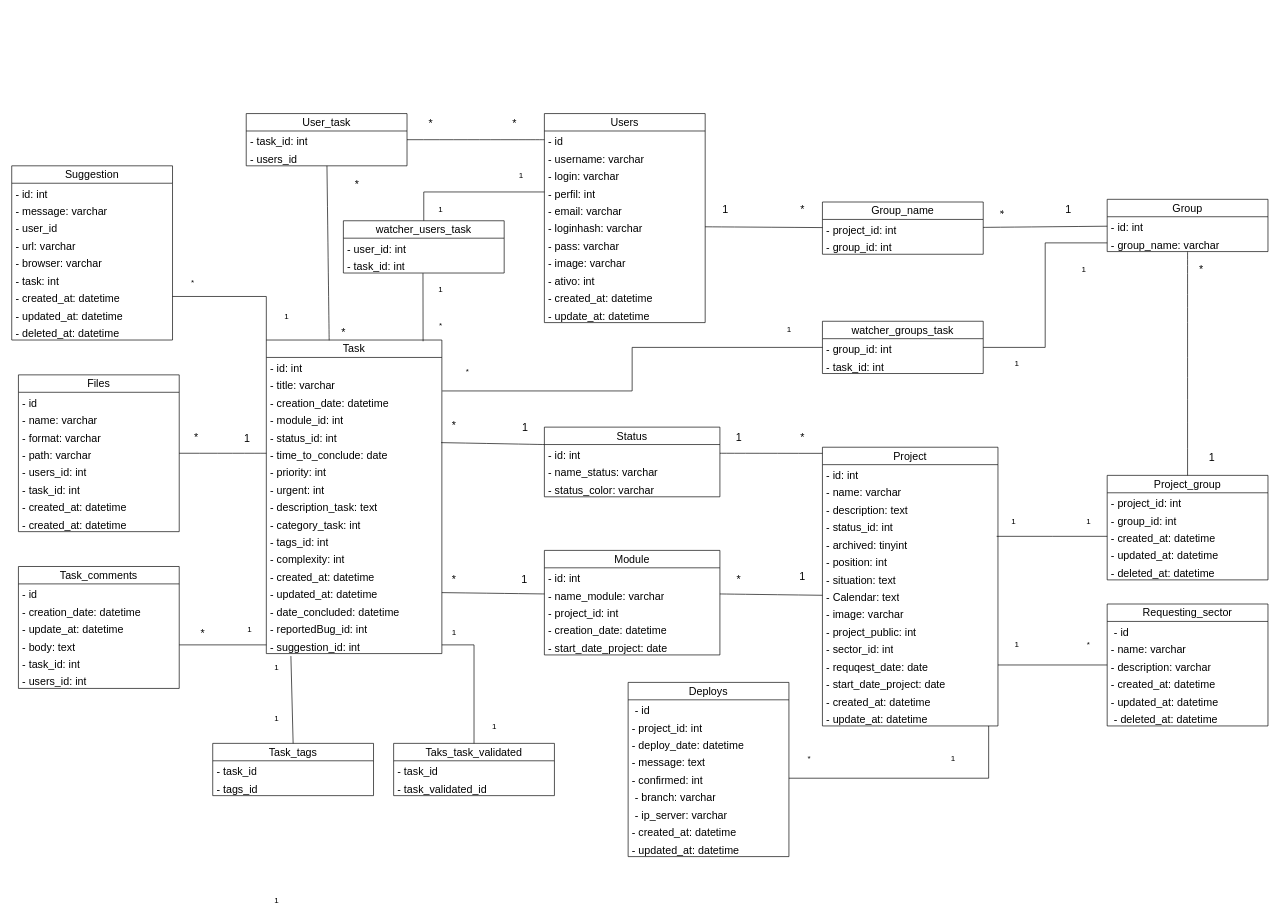
Earlier version of the draw.io diagram page "Página-2" (2 of 2) of Diagrama sem nome.drawio (FlavioCandidoSilva/2020_1_POO). Source tidied: cells renumbered, new cells numbered last; positions are measured from the earlier drawing's top-left corner, leaving out a move shared by most shapes. Both pictures are drawn from the tidied source at 67%, with x=0, y=0 at pixel (11, 113).
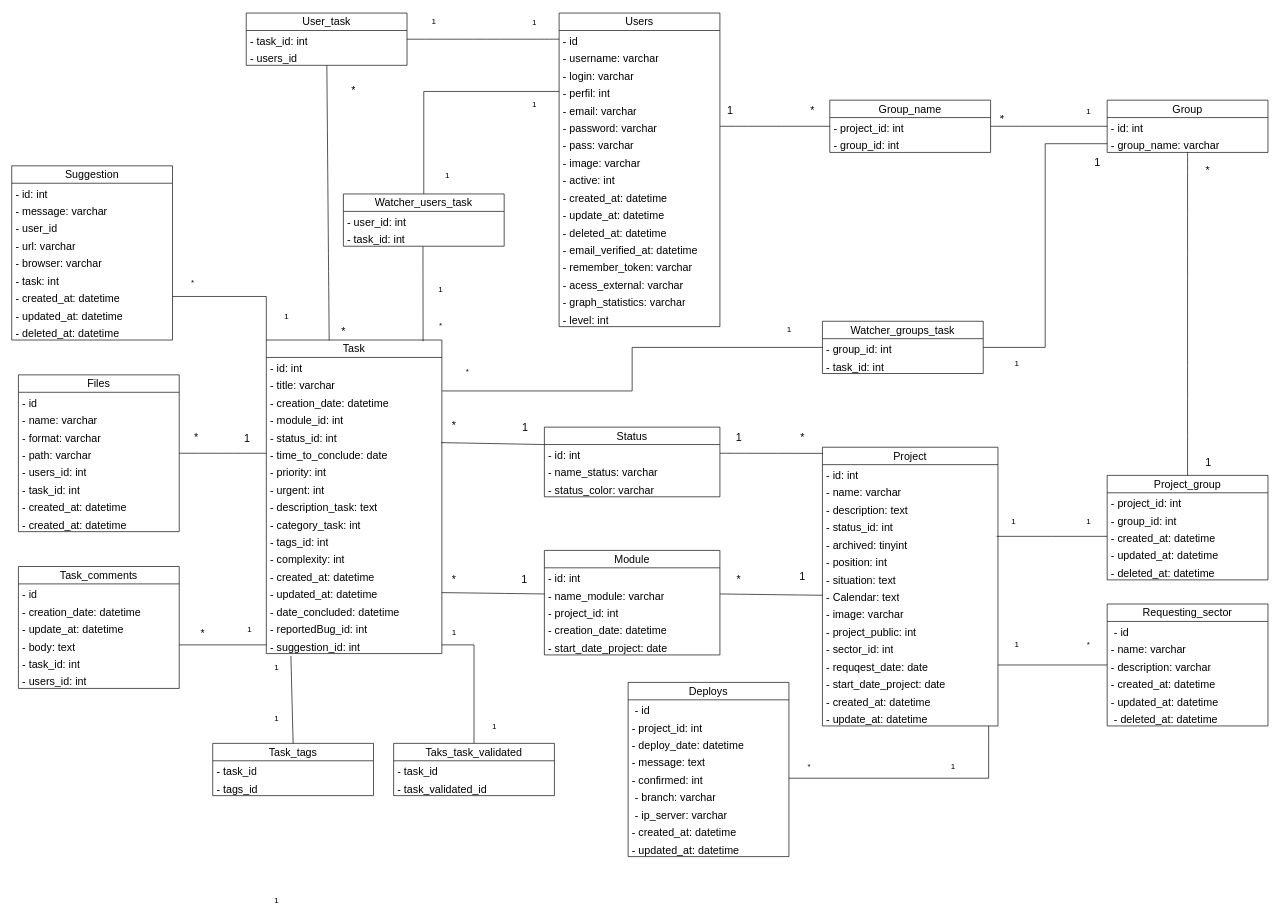
After the change.

Unchanged cells that the change refers to:
```xml
<mxCell id="99" style="edgeStyle=none;curved=1;rounded=0;jettySize=auto;html=1;fontSize=12;startSize=8;endSize=8;endArrow=none;endFill=0;" parent="1" edge="1" source="83" target="93">
  <mxGeometry relative="1" as="geometry" />
</mxCell>
```

The edit, as a diff of the source:
```diff
@@
     <mxCell id="50" value="Users" style="swimlane;fontStyle=0;horizontal=1;startSize=26;fillColor=none;whiteSpace=wrap;html=1;fontSize=16;" parent="1" vertex="1">
-      <mxGeometry x="795" width="240" height="312" as="geometry" />
+      <mxGeometry x="817" y="-150" width="240" height="468" as="geometry" />
     </mxCell>
@@
-    <mxCell id="56" value="- loginhash: varchar" style="text;strokeColor=none;fillColor=none;align=left;verticalAlign=top;spacingLeft=4;spacingRight=4;overflow=hidden;points=[[0,0.5],[1,0.5]];portConstraint=eastwest;whiteSpace=wrap;html=1;fontSize=16;" parent="50" vertex="1">
+    <mxCell id="56" value="- password: varchar" style="text;strokeColor=none;fillColor=none;align=left;verticalAlign=top;spacingLeft=4;spacingRight=4;overflow=hidden;points=[[0,0.5],[1,0.5]];portConstraint=eastwest;whiteSpace=wrap;html=1;fontSize=16;" parent="50" vertex="1">
       <mxGeometry y="156" width="240" height="26" as="geometry" />
     </mxCell>
@@
-    <mxCell id="59" value="- ativo: int&amp;nbsp;" style="text;strokeColor=none;fillColor=none;align=left;verticalAlign=top;spacingLeft=4;spacingRight=4;overflow=hidden;whiteSpace=wrap;html=1;fontSize=16;" parent="50" vertex="1">
+    <mxCell id="59" value="- active: int&amp;nbsp;" style="text;strokeColor=none;fillColor=none;align=left;verticalAlign=top;spacingLeft=4;spacingRight=4;overflow=hidden;whiteSpace=wrap;html=1;fontSize=16;" parent="50" vertex="1">
       <mxGeometry y="234" width="240" height="26" as="geometry" />
     </mxCell>
@@
+    <mxCell id="192" value="- deleted_at: datetime" style="text;strokeColor=none;fillColor=none;align=left;verticalAlign=top;spacingLeft=4;spacingRight=4;overflow=hidden;whiteSpace=wrap;html=1;fontSize=16;" parent="50" vertex="1">
+      <mxGeometry y="312" width="240" height="26" as="geometry" />
+    </mxCell>
+    <mxCell id="193" value="- email_verified_at: datetime" style="text;strokeColor=none;fillColor=none;align=left;verticalAlign=top;spacingLeft=4;spacingRight=4;overflow=hidden;whiteSpace=wrap;html=1;fontSize=16;" parent="50" vertex="1">
+      <mxGeometry y="338" width="240" height="26" as="geometry" />
+    </mxCell>
+    <mxCell id="194" value="- remember_token: varchar" style="text;strokeColor=none;fillColor=none;align=left;verticalAlign=top;spacingLeft=4;spacingRight=4;overflow=hidden;whiteSpace=wrap;html=1;fontSize=16;" parent="50" vertex="1">
+      <mxGeometry y="364" width="240" height="26" as="geometry" />
+    </mxCell>
+    <mxCell id="195" value="- acess_external: varchar" style="text;strokeColor=none;fillColor=none;align=left;verticalAlign=top;spacingLeft=4;spacingRight=4;overflow=hidden;whiteSpace=wrap;html=1;fontSize=16;" parent="50" vertex="1">
+      <mxGeometry y="390" width="240" height="26" as="geometry" />
+    </mxCell>
+    <mxCell id="196" value="- graph_statistics: varchar" style="text;strokeColor=none;fillColor=none;align=left;verticalAlign=top;spacingLeft=4;spacingRight=4;overflow=hidden;whiteSpace=wrap;html=1;fontSize=16;" parent="50" vertex="1">
+      <mxGeometry y="416" width="240" height="26" as="geometry" />
+    </mxCell>
+    <mxCell id="197" value="- level: int" style="text;strokeColor=none;fillColor=none;align=left;verticalAlign=top;spacingLeft=4;spacingRight=4;overflow=hidden;whiteSpace=wrap;html=1;fontSize=16;" parent="50" vertex="1">
+      <mxGeometry y="442" width="240" height="26" as="geometry" />
+    </mxCell>
@@
     <mxCell id="69" value="User_task" style="swimlane;fontStyle=0;horizontal=1;startSize=26;fillColor=none;whiteSpace=wrap;html=1;fontSize=16;" parent="1" vertex="1">
-      <mxGeometry x="350" width="240" height="78" as="geometry" />
+      <mxGeometry x="350" y="-150" width="240" height="78" as="geometry" />
     </mxCell>
@@
     <mxCell id="81" value="Group" style="swimlane;fontStyle=0;horizontal=1;startSize=26;fillColor=none;whiteSpace=wrap;html=1;fontSize=16;" parent="1" vertex="1">
-      <mxGeometry x="1635" y="128" width="240" height="78" as="geometry" />
+      <mxGeometry x="1635" y="-20" width="240" height="78" as="geometry" />
     </mxCell>
@@
     <mxCell id="84" value="Group_name" style="swimlane;fontStyle=0;horizontal=1;startSize=26;fillColor=none;whiteSpace=wrap;html=1;fontSize=16;" parent="1" vertex="1">
-      <mxGeometry x="1210" y="132" width="240" height="78" as="geometry" />
+      <mxGeometry x="1221" y="-20" width="240" height="78" as="geometry" />
     </mxCell>
@@
     <mxCell id="89" value="1" style="text;html=1;align=center;verticalAlign=middle;strokeColor=none;fillColor=none;fontSize=16;" parent="1" vertex="1">
-      <mxGeometry x="1050" y="128" width="30" height="30" as="geometry" />
+      <mxGeometry x="1057" y="-20" width="30" height="30" as="geometry" />
     </mxCell>
     <mxCell id="90" value="*" style="text;html=1;align=center;verticalAlign=middle;strokeColor=none;fillColor=none;fontSize=16;" parent="1" vertex="1">
-      <mxGeometry x="1165" y="128" width="30" height="30" as="geometry" />
+      <mxGeometry x="1180" y="-20" width="30" height="30" as="geometry" />
     </mxCell>
     <mxCell id="91" value="1" style="text;html=1;align=center;verticalAlign=middle;strokeColor=none;fillColor=none;fontSize=16;" parent="1" vertex="1">
-      <mxGeometry x="1562" y="128" width="30" height="30" as="geometry" />
+      <mxGeometry x="1605" y="58" width="30" height="30" as="geometry" />
     </mxCell>
     <mxCell id="92" value="*" style="text;html=1;align=center;verticalAlign=middle;strokeColor=none;fillColor=none;fontSize=16;rotation=90;" parent="1" vertex="1">
-      <mxGeometry x="1460" y="132" width="30" height="30" as="geometry" />
+      <mxGeometry x="1461" y="-10" width="30" height="30" as="geometry" />
     </mxCell>
@@
     <mxCell id="100" value="1" style="edgeLabel;html=1;align=center;verticalAlign=middle;fontSize=16;" parent="99" vertex="1">
       <mxGeometry x="-0.23" y="2" relative="1" as="geometry">
-        <mxPoint x="33" y="177" as="offset" />
+        <mxPoint x="28" y="276" as="offset" />
       </mxGeometry>
     </mxCell>
     <mxCell id="101" value="*" style="text;html=1;align=center;verticalAlign=middle;strokeColor=none;fillColor=none;fontSize=16;" parent="1" vertex="1">
-      <mxGeometry x="1760" y="218" width="30" height="30" as="geometry" />
+      <mxGeometry x="1770" y="69" width="30" height="30" as="geometry" />
     </mxCell>
@@
-    <mxCell id="113" value="*" style="text;html=1;align=center;verticalAlign=middle;strokeColor=none;fillColor=none;fontSize=16;" parent="1" vertex="1">
-      <mxGeometry x="735" width="30" height="30" as="geometry" />
-    </mxCell>
-    <mxCell id="114" value="*" style="text;html=1;align=center;verticalAlign=middle;strokeColor=none;fillColor=none;fontSize=16;" parent="1" vertex="1">
-      <mxGeometry x="610" width="30" height="30" as="geometry" />
-    </mxCell>
     <mxCell id="115" value="*" style="text;html=1;align=center;verticalAlign=middle;strokeColor=none;fillColor=none;fontSize=16;" parent="1" vertex="1">
-      <mxGeometry x="500" y="90" width="30" height="30" as="geometry" />
+      <mxGeometry x="495" y="-50" width="30" height="30" as="geometry" />
     </mxCell>
     <mxCell id="116" value="*" style="text;html=1;align=center;verticalAlign=middle;strokeColor=none;fillColor=none;fontSize=16;" parent="1" vertex="1">
-      <mxGeometry x="480" y="312" width="30" height="30" as="geometry" />
+      <mxGeometry x="480" y="310" width="30" height="30" as="geometry" />
     </mxCell>
@@
-    <mxCell id="168" value="watcher_users_task" style="swimlane;fontStyle=0;horizontal=1;startSize=26;fillColor=none;whiteSpace=wrap;html=1;fontSize=16;" parent="1" vertex="1">
-      <mxGeometry x="495" y="160" width="240" height="78" as="geometry" />
+    <mxCell id="168" value="Watcher_users_task" style="swimlane;fontStyle=0;horizontal=1;startSize=26;fillColor=none;whiteSpace=wrap;html=1;fontSize=16;" parent="1" vertex="1">
+      <mxGeometry x="495" y="120" width="240" height="78" as="geometry" />
     </mxCell>
@@
     <mxCell id="172" value="1" style="text;html=1;align=center;verticalAlign=middle;strokeColor=none;fillColor=none;" parent="1" vertex="1">
-      <mxGeometry x="745" y="78" width="30" height="30" as="geometry" />
+      <mxGeometry x="765" y="-29" width="30" height="30" as="geometry" />
     </mxCell>
     <mxCell id="173" value="1" style="text;html=1;align=center;verticalAlign=middle;strokeColor=none;fillColor=none;" parent="1" vertex="1">
-      <mxGeometry x="625" y="128" width="30" height="30" as="geometry" />
+      <mxGeometry x="635" y="78" width="30" height="30" as="geometry" />
     </mxCell>
@@
     <mxCell id="177" value="*" style="text;html=1;align=center;verticalAlign=middle;strokeColor=none;fillColor=none;" parent="1" vertex="1">
-      <mxGeometry x="1175" y="948" width="30" height="30" as="geometry" />
+      <mxGeometry x="1175" y="960" width="30" height="30" as="geometry" />
     </mxCell>
     <mxCell id="178" value="1" style="text;html=1;align=center;verticalAlign=middle;strokeColor=none;fillColor=none;" parent="1" vertex="1">
-      <mxGeometry x="1390" y="948" width="30" height="30" as="geometry" />
+      <mxGeometry x="1390" y="960" width="30" height="30" as="geometry" />
     </mxCell>
@@
-    <mxCell id="183" value="watcher_groups_task" style="swimlane;fontStyle=0;horizontal=1;startSize=26;fillColor=none;whiteSpace=wrap;html=1;fontSize=16;" parent="1" vertex="1">
+    <mxCell id="183" value="Watcher_groups_task" style="swimlane;fontStyle=0;horizontal=1;startSize=26;fillColor=none;whiteSpace=wrap;html=1;fontSize=16;" parent="1" vertex="1">
       <mxGeometry x="1210" y="310" width="240" height="78" as="geometry" />
     </mxCell>
@@
     <mxCell id="188" value="1" style="text;html=1;align=center;verticalAlign=middle;strokeColor=none;fillColor=none;" parent="1" vertex="1">
-      <mxGeometry x="1585" y="218" width="30" height="30" as="geometry" />
+      <mxGeometry x="1592" y="-18" width="30" height="30" as="geometry" />
     </mxCell>
@@
+    <mxCell id="198" value="1" style="text;html=1;align=center;verticalAlign=middle;strokeColor=none;fillColor=none;" parent="1" vertex="1">
+      <mxGeometry x="765" y="-150" width="30" height="30" as="geometry" />
+    </mxCell>
+    <mxCell id="199" value="1" style="text;html=1;align=center;verticalAlign=middle;strokeColor=none;fillColor=none;" parent="1" vertex="1">
+      <mxGeometry x="615" y="-152" width="30" height="30" as="geometry" />
+    </mxCell>
```
